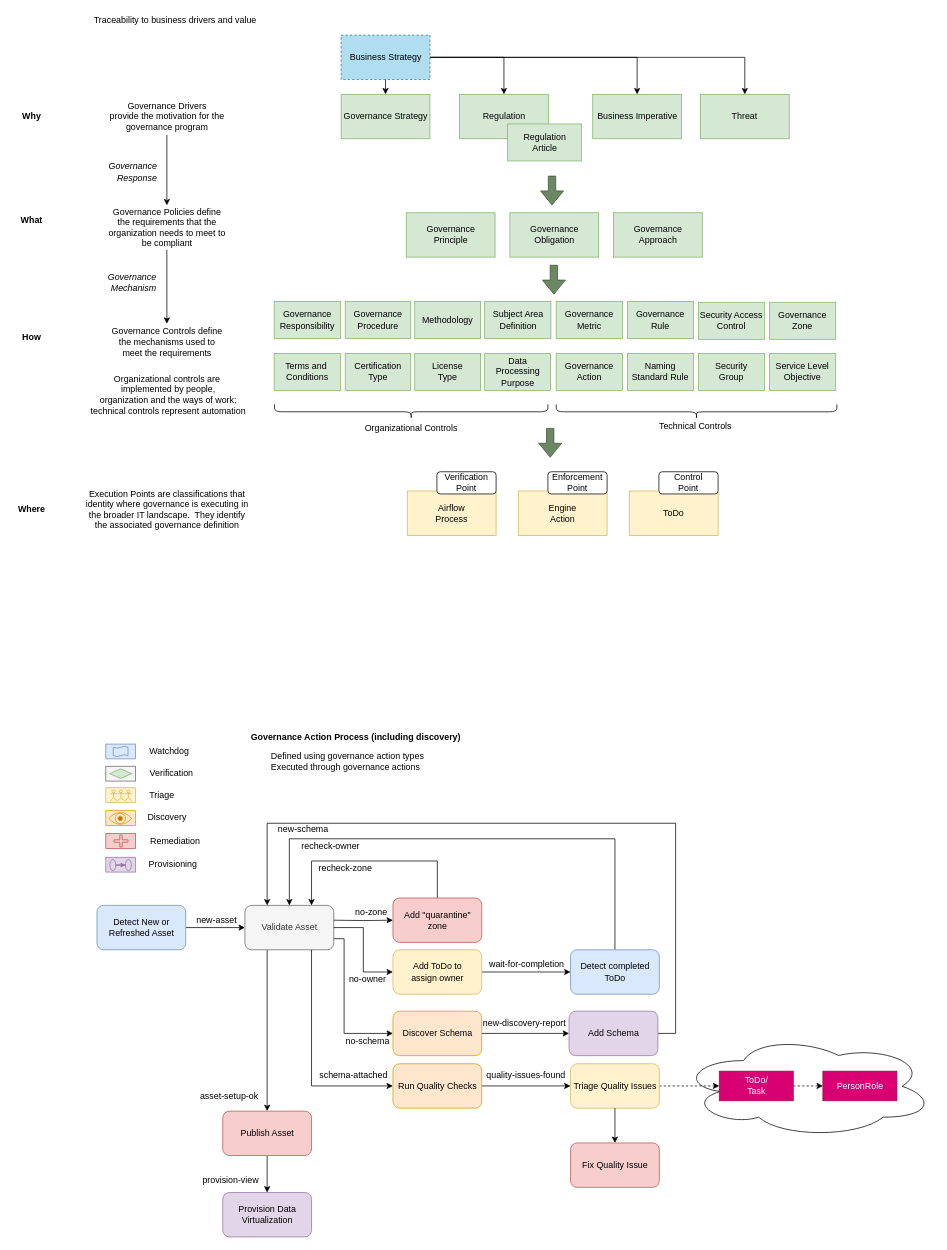
Before: page "governance-definitions" (3 of 7) of site/docs/guides/planning/governance-program/governance-program-planning.drawio in odpi/egeria-docs, a draw.io diagram. Source tidied: cells renumbered, new cells numbered last; positions are measured from the earlier drawing's top-left corner, leaving out a move shared by most shapes. Both pictures are drawn from the tidied source at 74%, with x=0, y=0 at pixel (12, 13).
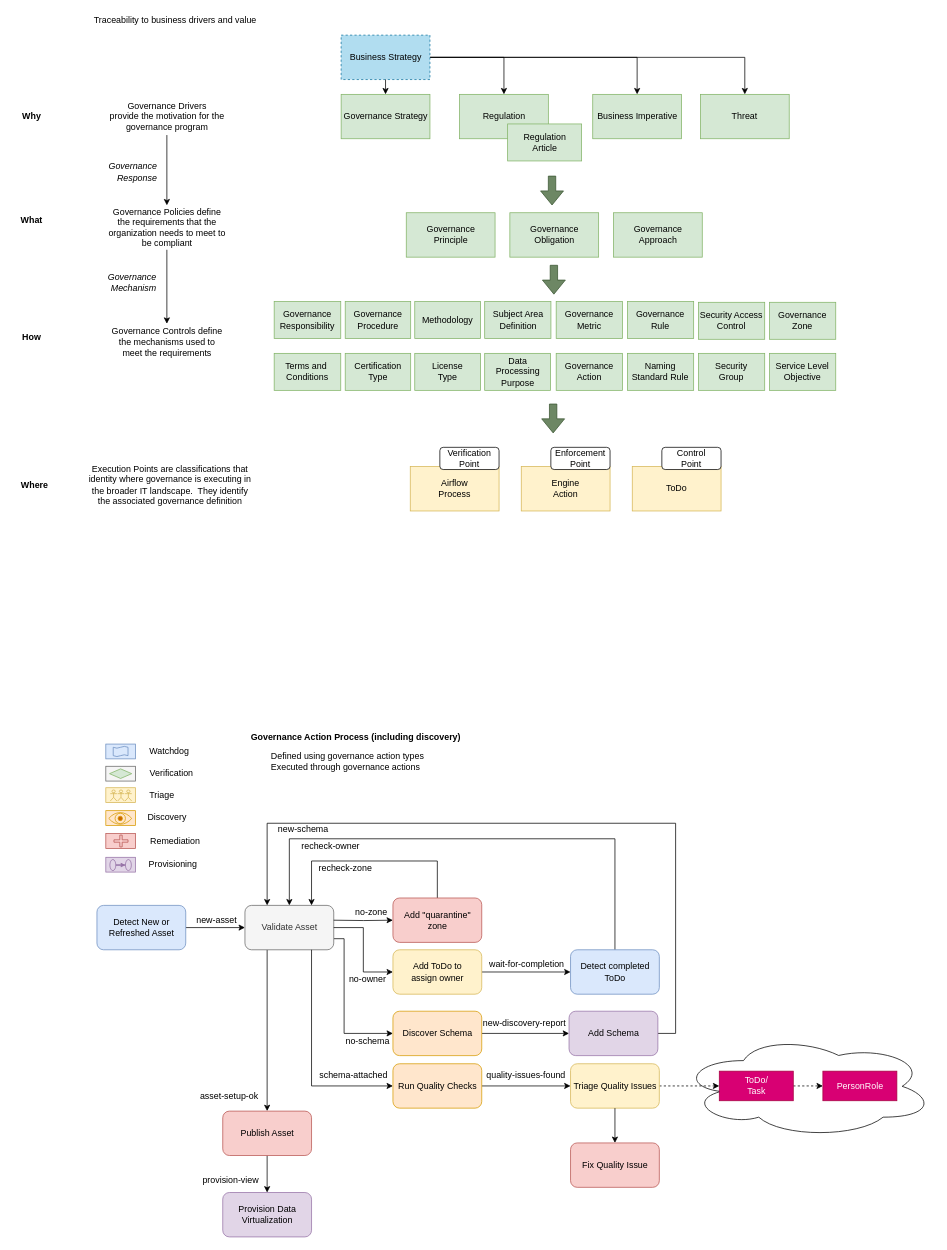
Above is the later version.

Diff of the diagram source:
```diff
@@
-    <mxCell id="24" style="shape=curlyBracket;whiteSpace=wrap;html=1;rounded=1;rotation=-90;" parent="1" vertex="1">
-      <mxGeometry x="529.2" y="354.2" width="20" height="369.5" as="geometry" />
-    </mxCell>
-    <mxCell id="25" value="Organizational Controls" style="text;html=1;align=center;verticalAlign=middle;" parent="1" vertex="1">
-      <mxGeometry x="468.5" y="551" width="140" height="20" as="geometry" />
-    </mxCell>
-    <mxCell id="26" style="shape=curlyBracket;whiteSpace=wrap;html=1;rounded=1;rotation=-90;" parent="1" vertex="1">
-      <mxGeometry x="914.8" y="349.4" width="20" height="379.2" as="geometry" />
-    </mxCell>
-    <mxCell id="27" value="Technical Controls" style="text;html=1;align=center;verticalAlign=middle;" parent="1" vertex="1">
-      <mxGeometry x="867.9" y="549" width="110" height="20" as="geometry" />
-    </mxCell>
@@
     <mxCell id="29" value="Execution Points are classifications that&lt;div&gt;identity where governance is executing in&lt;div&gt;the broader IT landscape.&amp;nbsp; They identify&lt;/div&gt;&lt;/div&gt;&lt;div&gt;the associated governance definition&lt;/div&gt;" style="text;html=1;align=center;verticalAlign=middle;" parent="1" vertex="1">
-      <mxGeometry x="89" y="636" width="240" height="70" as="geometry" />
+      <mxGeometry x="93" y="603" width="240" height="70" as="geometry" />
     </mxCell>
@@
     <mxCell id="33" value="Where" style="text;html=1;align=center;verticalAlign=middle;fontStyle=1;" parent="1" vertex="1">
-      <mxGeometry x="0.5" y="661" width="50" height="20" as="geometry" />
+      <mxGeometry x="4.5" y="628" width="50" height="20" as="geometry" />
     </mxCell>
@@
     <mxCell id="104" value="ToDo" style="rounded=0;whiteSpace=wrap;html=1;fillColor=#fff2cc;strokeColor=#d6b656;" parent="1" vertex="1">
-      <mxGeometry x="833.9" y="646" width="120" height="60" as="geometry" />
+      <mxGeometry x="837.9" y="613" width="120" height="60" as="geometry" />
     </mxCell>
     <mxCell id="105" value="Control&lt;br&gt;Point" style="rounded=1;whiteSpace=wrap;html=1;" parent="1" vertex="1">
-      <mxGeometry x="873.9" y="620" width="80" height="30" as="geometry" />
+      <mxGeometry x="877.9" y="587" width="80" height="30" as="geometry" />
     </mxCell>
     <mxCell id="106" value="Airflow&lt;div&gt;Process&lt;/div&gt;" style="rounded=0;whiteSpace=wrap;html=1;fillColor=#fff2cc;strokeColor=#d6b656;" parent="1" vertex="1">
-      <mxGeometry x="533.9" y="646" width="120" height="60" as="geometry" />
+      <mxGeometry x="537.9" y="613" width="120" height="60" as="geometry" />
     </mxCell>
     <mxCell id="107" value="Verification&lt;br&gt;Point" style="rounded=1;whiteSpace=wrap;html=1;" parent="1" vertex="1">
-      <mxGeometry x="573.9" y="620" width="80" height="30" as="geometry" />
+      <mxGeometry x="577.9" y="587" width="80" height="30" as="geometry" />
     </mxCell>
     <mxCell id="108" value="Engine&lt;div&gt;Action&lt;/div&gt;" style="rounded=0;whiteSpace=wrap;html=1;fillColor=#fff2cc;strokeColor=#d6b656;" parent="1" vertex="1">
-      <mxGeometry x="683.9" y="646" width="120" height="60" as="geometry" />
+      <mxGeometry x="687.9" y="613" width="120" height="60" as="geometry" />
     </mxCell>
     <mxCell id="109" value="Enforcement&lt;br&gt;Point" style="rounded=1;whiteSpace=wrap;html=1;" parent="1" vertex="1">
-      <mxGeometry x="723.9" y="620" width="80" height="30" as="geometry" />
+      <mxGeometry x="727.9" y="587" width="80" height="30" as="geometry" />
     </mxCell>
@@
-    <mxCell id="125" value="Organizational controls are&lt;div&gt;&amp;nbsp;implemented by people,&lt;div&gt;&amp;nbsp;organization and the ways of work;&lt;/div&gt;&lt;div&gt;&amp;nbsp;technical controls represent automation&lt;/div&gt;&lt;/div&gt;" style="text;html=1;align=center;verticalAlign=middle;strokeColor=none;fillColor=none;" parent="1" vertex="1">
-      <mxGeometry x="89" y="481" width="240" height="70" as="geometry" />
-    </mxCell>
@@
     <mxCell id="128" style="shape=flexArrow;endArrow=classic;html=1;rounded=0;fillColor=#6d8764;strokeColor=#3A5431;" parent="1" edge="1">
       <mxGeometry relative="1" as="geometry">
-        <mxPoint x="727" y="561" as="sourcePoint" />
-        <mxPoint x="727" y="601" as="targetPoint" />
+        <mxPoint x="731" y="528" as="sourcePoint" />
+        <mxPoint x="731" y="568" as="targetPoint" />
       </mxGeometry>
     </mxCell>
```
